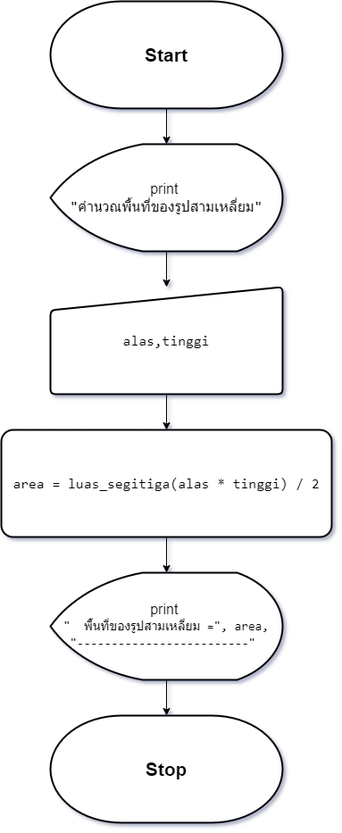
TeaplusSsuwan/Geometric_computation keeps this draw.io diagram as asset/F_png_file/sp_1.drawio.png. Above is the earlier version. Source tidied: cells renumbered, new cells last; positions are measured from the earlier drawing's top-left corner, leaving out a move shared by most shapes. The source it was exported from:
```xml
<mxGraphModel>
  <root>
    <mxCell id="0" />
    <mxCell id="1" parent="0" />
    <mxCell id="2" value="&lt;font style=&quot;font-size: 21px;&quot;&gt;&lt;b&gt;Start&lt;/b&gt;&lt;/font&gt;" style="strokeWidth=2;html=1;shape=mxgraph.flowchart.terminator;whiteSpace=wrap;" parent="1" vertex="1">
      <mxGeometry x="55" width="260" height="120" as="geometry" />
    </mxCell>
    <mxCell id="3" style="edgeStyle=orthogonalEdgeStyle;rounded=0;jettySize=auto;html=1;entryX=0.5;entryY=0;entryDx=0;entryDy=0;" parent="1" edge="1" source="4" target="7">
      <mxGeometry relative="1" as="geometry" />
    </mxCell>
    <mxCell id="4" value="&lt;font style=&quot;font-size: 16px;&quot;&gt;print&amp;nbsp;&lt;/font&gt;&lt;div&gt;&lt;span style=&quot;font-family: Consolas, &amp;quot;Courier New&amp;quot;, monospace; white-space: pre;&quot;&gt;&lt;font style=&quot;font-size: 16px;&quot;&gt;&quot;คำนวณพื้นที่ของรูปสามเหลี่ยม&quot;&lt;/font&gt;&lt;/span&gt;&lt;/div&gt;" style="strokeWidth=2;html=1;shape=mxgraph.flowchart.display;whiteSpace=wrap;" parent="1" vertex="1">
      <mxGeometry x="55" y="160" width="260" height="120" as="geometry" />
    </mxCell>
    <mxCell id="5" style="edgeStyle=orthogonalEdgeStyle;rounded=0;jettySize=auto;html=1;entryX=0.5;entryY=0;entryDx=0;entryDy=0;entryPerimeter=0;" parent="1" edge="1" source="2" target="4">
      <mxGeometry relative="1" as="geometry" />
    </mxCell>
    <mxCell id="6" style="edgeStyle=orthogonalEdgeStyle;rounded=0;jettySize=auto;html=1;" parent="1" edge="1" source="7" target="9">
      <mxGeometry relative="1" as="geometry" />
    </mxCell>
    <mxCell id="7" value="&lt;font style=&quot;font-size: 16px;&quot;&gt;&lt;br&gt;&lt;/font&gt;&lt;div style=&quot;font-family: Consolas, &amp;quot;Courier New&amp;quot;, monospace; font-weight: normal; line-height: 19px; white-space: pre; font-size: 16px;&quot;&gt;&lt;div style=&quot;&quot;&gt;&lt;font style=&quot;font-size: 16px;&quot;&gt;alas,tinggi&lt;/font&gt;&lt;/div&gt;&lt;/div&gt;&lt;div style=&quot;font-size: 16px;&quot;&gt;&lt;br&gt;&lt;/div&gt;" style="html=1;strokeWidth=2;shape=manualInput;whiteSpace=wrap;rounded=1;size=26;arcSize=11;" parent="1" vertex="1">
      <mxGeometry x="55" y="320" width="260" height="120" as="geometry" />
    </mxCell>
    <mxCell id="8" style="edgeStyle=orthogonalEdgeStyle;rounded=0;jettySize=auto;html=1;" parent="1" edge="1" source="9" target="11">
      <mxGeometry relative="1" as="geometry" />
    </mxCell>
    <mxCell id="9" value="&lt;div style=&quot;font-family: Consolas, &amp;quot;Courier New&amp;quot;, monospace; font-size: 16px; line-height: 19px; white-space: pre;&quot;&gt;&lt;span style=&quot;background-color: rgb(255, 255, 255);&quot;&gt;area = luas_segitiga(alas * tinggi) / 2&lt;/span&gt;&lt;/div&gt;" style="rounded=1;whiteSpace=wrap;html=1;strokeWidth=2;arcSize=11;" parent="1" vertex="1">
      <mxGeometry y="480" width="370" height="120" as="geometry" />
    </mxCell>
    <mxCell id="10" style="edgeStyle=orthogonalEdgeStyle;rounded=0;jettySize=auto;html=1;" parent="1" edge="1" source="11" target="12">
      <mxGeometry relative="1" as="geometry" />
    </mxCell>
    <mxCell id="11" value="&lt;font style=&quot;font-size: 16px;&quot;&gt;print&amp;nbsp;&lt;/font&gt;&lt;div&gt;&lt;div style=&quot;font-family: Consolas, &amp;quot;Courier New&amp;quot;, monospace; font-size: 14px; line-height: 19px; white-space: pre;&quot;&gt;&quot; &amp;nbsp;พื้นที่ของรูปสามเหลี่ยม =&quot;, area,&lt;/div&gt;&lt;div style=&quot;font-family: Consolas, &amp;quot;Courier New&amp;quot;, monospace; font-size: 14px; line-height: 19px; white-space: pre;&quot;&gt;&quot;-------------------------&quot; &lt;/div&gt;&lt;/div&gt;" style="strokeWidth=2;html=1;shape=mxgraph.flowchart.display;whiteSpace=wrap;" parent="1" vertex="1">
      <mxGeometry x="55" y="640" width="260" height="120" as="geometry" />
    </mxCell>
    <mxCell id="12" value="&lt;font style=&quot;font-size: 21px;&quot;&gt;&lt;b&gt;Stop&lt;/b&gt;&lt;/font&gt;" style="strokeWidth=2;html=1;shape=mxgraph.flowchart.terminator;whiteSpace=wrap;" parent="1" vertex="1">
      <mxGeometry x="55" y="800" width="260" height="120" as="geometry" />
    </mxCell>
  </root>
</mxGraphModel>
```
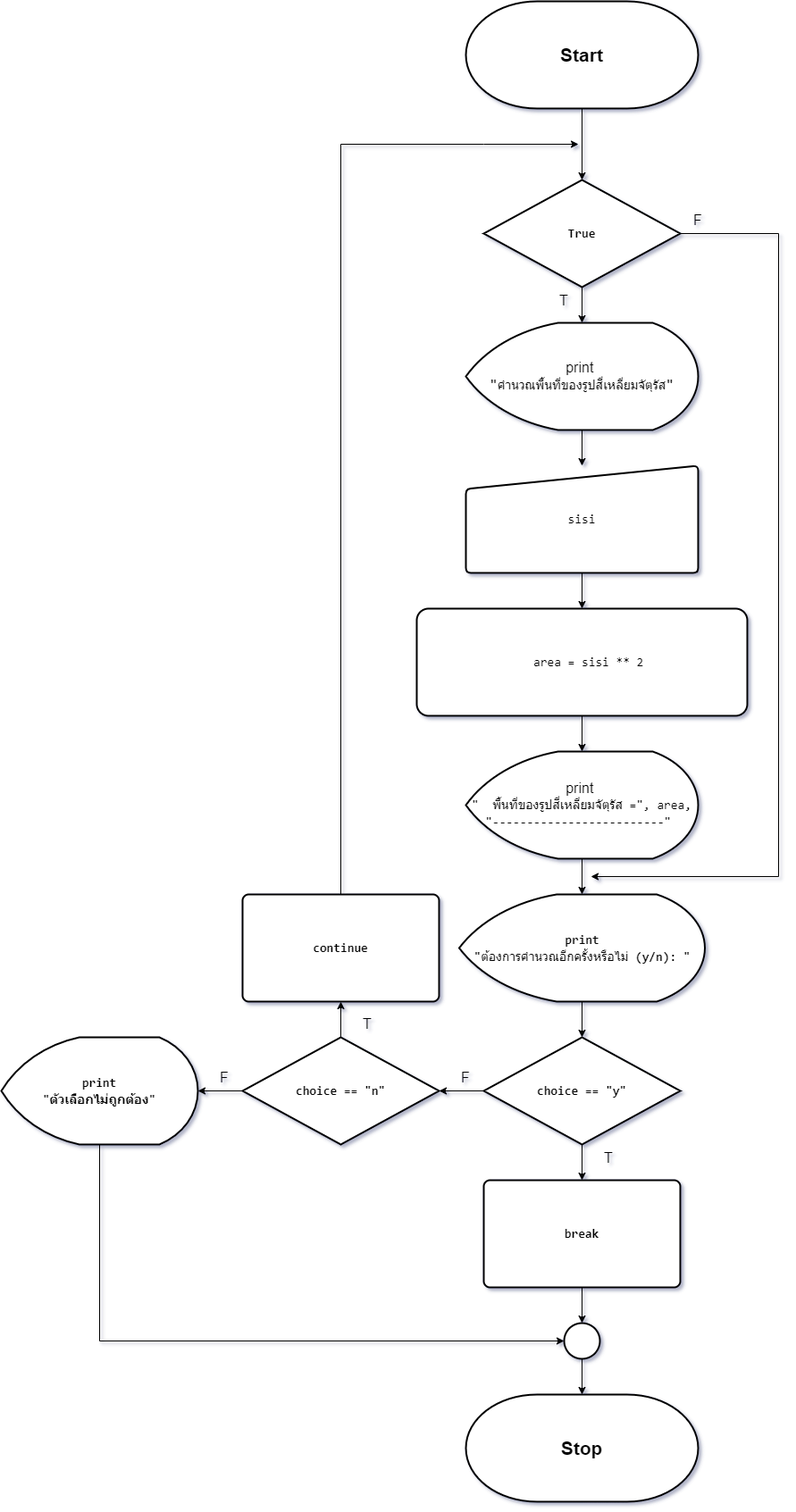
After the change.

What changed in the source:
```diff
@@ -2,38 +2,129 @@
   <root>
     <mxCell id="0" />
     <mxCell id="1" parent="0" />
+    <mxCell id="13" style="edgeStyle=orthogonalEdgeStyle;rounded=0;jettySize=auto;html=1;exitX=0.5;exitY=1;exitDx=0;exitDy=0;exitPerimeter=0;" parent="1" edge="1" source="2" target="17">
+      <mxGeometry relative="1" as="geometry" />
+    </mxCell>
     <mxCell id="2" value="&lt;font style=&quot;font-size: 21px;&quot;&gt;&lt;b&gt;Start&lt;/b&gt;&lt;/font&gt;" style="strokeWidth=2;html=1;shape=mxgraph.flowchart.terminator;whiteSpace=wrap;" parent="1" vertex="1">
-      <mxGeometry x="55" width="260" height="120" as="geometry" />
+      <mxGeometry x="55" y="-200" width="260" height="120" as="geometry" />
     </mxCell>
     <mxCell id="3" style="edgeStyle=orthogonalEdgeStyle;rounded=0;jettySize=auto;html=1;entryX=0.5;entryY=0;entryDx=0;entryDy=0;" parent="1" edge="1" source="4" target="7">
       <mxGeometry relative="1" as="geometry" />
     </mxCell>
-    <mxCell id="4" value="&lt;font style=&quot;font-size: 16px;&quot;&gt;print&amp;nbsp;&lt;/font&gt;&lt;div&gt;&lt;span style=&quot;font-family: Consolas, &amp;quot;Courier New&amp;quot;, monospace; white-space: pre;&quot;&gt;&lt;font style=&quot;font-size: 16px;&quot;&gt;&quot;คำนวณพื้นที่ของรูปสามเหลี่ยม&quot;&lt;/font&gt;&lt;/span&gt;&lt;/div&gt;" style="strokeWidth=2;html=1;shape=mxgraph.flowchart.display;whiteSpace=wrap;" parent="1" vertex="1">
+    <mxCell id="4" value="&lt;font style=&quot;font-size: 16px;&quot;&gt;print&amp;nbsp;&lt;/font&gt;&lt;div&gt;&lt;span style=&quot;font-family: Consolas, &amp;quot;Courier New&amp;quot;, monospace; white-space: pre;&quot;&gt;&lt;font style=&quot;font-size: 16px;&quot;&gt;&quot;&lt;/font&gt;&lt;/span&gt;&lt;span style=&quot;font-family: Consolas, &amp;quot;Courier New&amp;quot;, monospace; font-size: 14px; white-space: pre;&quot;&gt;คำนวณพื้นที่ของรูปสี่เหลี่ยมจัตุรัส&lt;/span&gt;&lt;span style=&quot;font-size: 16px; font-family: Consolas, &amp;quot;Courier New&amp;quot;, monospace; white-space: pre;&quot;&gt;&quot;&lt;/span&gt;&lt;br&gt;&lt;/div&gt;" style="strokeWidth=2;html=1;shape=mxgraph.flowchart.display;whiteSpace=wrap;" parent="1" vertex="1">
       <mxGeometry x="55" y="160" width="260" height="120" as="geometry" />
     </mxCell>
-    <mxCell id="5" style="edgeStyle=orthogonalEdgeStyle;rounded=0;jettySize=auto;html=1;entryX=0.5;entryY=0;entryDx=0;entryDy=0;entryPerimeter=0;" parent="1" edge="1" source="2" target="4">
-      <mxGeometry relative="1" as="geometry" />
-    </mxCell>
     <mxCell id="6" style="edgeStyle=orthogonalEdgeStyle;rounded=0;jettySize=auto;html=1;" parent="1" edge="1" source="7" target="9">
       <mxGeometry relative="1" as="geometry" />
     </mxCell>
-    <mxCell id="7" value="&lt;font style=&quot;font-size: 16px;&quot;&gt;&lt;br&gt;&lt;/font&gt;&lt;div style=&quot;font-family: Consolas, &amp;quot;Courier New&amp;quot;, monospace; font-weight: normal; line-height: 19px; white-space: pre; font-size: 16px;&quot;&gt;&lt;div style=&quot;&quot;&gt;&lt;font style=&quot;font-size: 16px;&quot;&gt;alas,tinggi&lt;/font&gt;&lt;/div&gt;&lt;/div&gt;&lt;div style=&quot;font-size: 16px;&quot;&gt;&lt;br&gt;&lt;/div&gt;" style="html=1;strokeWidth=2;shape=manualInput;whiteSpace=wrap;rounded=1;size=26;arcSize=11;" parent="1" vertex="1">
+    <mxCell id="7" value="&lt;div style=&quot;font-size: 16px;&quot;&gt;&lt;div style=&quot;font-family: Consolas, &amp;quot;Courier New&amp;quot;, monospace; font-size: 14px; line-height: 19px; white-space: pre;&quot;&gt;sisi&lt;/div&gt;&lt;/div&gt;" style="html=1;strokeWidth=2;shape=manualInput;whiteSpace=wrap;rounded=1;size=26;arcSize=11;" parent="1" vertex="1">
       <mxGeometry x="55" y="320" width="260" height="120" as="geometry" />
     </mxCell>
     <mxCell id="8" style="edgeStyle=orthogonalEdgeStyle;rounded=0;jettySize=auto;html=1;" parent="1" edge="1" source="9" target="11">
       <mxGeometry relative="1" as="geometry" />
     </mxCell>
-    <mxCell id="9" value="&lt;div style=&quot;font-family: Consolas, &amp;quot;Courier New&amp;quot;, monospace; font-size: 16px; line-height: 19px; white-space: pre;&quot;&gt;&lt;span style=&quot;background-color: rgb(255, 255, 255);&quot;&gt;area = luas_segitiga(alas * tinggi) / 2&lt;/span&gt;&lt;/div&gt;" style="rounded=1;whiteSpace=wrap;html=1;strokeWidth=2;arcSize=11;" parent="1" vertex="1">
+    <mxCell id="9" value="&lt;div style=&quot;font-family: Consolas, &amp;quot;Courier New&amp;quot;, monospace; font-size: 16px; line-height: 19px; white-space: pre;&quot;&gt;&lt;div style=&quot;font-size: 14px; line-height: 19px;&quot;&gt;&lt;div style=&quot;&quot;&gt;&amp;nbsp; area = sisi ** 2&lt;/div&gt;&lt;/div&gt;&lt;/div&gt;" style="rounded=1;whiteSpace=wrap;html=1;strokeWidth=2;arcSize=11;" parent="1" vertex="1">
       <mxGeometry y="480" width="370" height="120" as="geometry" />
     </mxCell>
-    <mxCell id="10" style="edgeStyle=orthogonalEdgeStyle;rounded=0;jettySize=auto;html=1;" parent="1" edge="1" source="11" target="12">
-      <mxGeometry relative="1" as="geometry" />
-    </mxCell>
+    <mxCell id="14" style="edgeStyle=orthogonalEdgeStyle;rounded=0;jettySize=auto;html=1;" parent="1" edge="1" source="11" target="19">
+      <mxGeometry relative="1" as="geometry" />
+    </mxCell>
-    <mxCell id="11" value="&lt;font style=&quot;font-size: 16px;&quot;&gt;print&amp;nbsp;&lt;/font&gt;&lt;div&gt;&lt;div style=&quot;font-family: Consolas, &amp;quot;Courier New&amp;quot;, monospace; font-size: 14px; line-height: 19px; white-space: pre;&quot;&gt;&quot; &amp;nbsp;พื้นที่ของรูปสามเหลี่ยม =&quot;, area,&lt;/div&gt;&lt;div style=&quot;font-family: Consolas, &amp;quot;Courier New&amp;quot;, monospace; font-size: 14px; line-height: 19px; white-space: pre;&quot;&gt;&quot;-------------------------&quot; &lt;/div&gt;&lt;/div&gt;" style="strokeWidth=2;html=1;shape=mxgraph.flowchart.display;whiteSpace=wrap;" parent="1" vertex="1">
+    <mxCell id="11" value="&lt;font style=&quot;font-size: 16px;&quot;&gt;print&amp;nbsp;&lt;/font&gt;&lt;div&gt;&lt;div style=&quot;font-family: Consolas, &amp;quot;Courier New&amp;quot;, monospace; font-size: 14px; line-height: 19px; white-space: pre;&quot;&gt;&quot; &amp;nbsp;พื้นที่ของรูปสี่เหลี่ยมจัตุรัส =&quot;, area,&lt;br&gt;&lt;/div&gt;&lt;div style=&quot;font-family: Consolas, &amp;quot;Courier New&amp;quot;, monospace; font-size: 14px; line-height: 19px; white-space: pre;&quot;&gt;&quot;-------------------------&quot; &lt;/div&gt;&lt;/div&gt;" style="strokeWidth=2;html=1;shape=mxgraph.flowchart.display;whiteSpace=wrap;" parent="1" vertex="1">
       <mxGeometry x="55" y="640" width="260" height="120" as="geometry" />
     </mxCell>
     <mxCell id="12" value="&lt;font style=&quot;font-size: 21px;&quot;&gt;&lt;b&gt;Stop&lt;/b&gt;&lt;/font&gt;" style="strokeWidth=2;html=1;shape=mxgraph.flowchart.terminator;whiteSpace=wrap;" parent="1" vertex="1">
-      <mxGeometry x="55" y="800" width="260" height="120" as="geometry" />
+      <mxGeometry x="55" y="1360" width="260" height="120" as="geometry" />
     </mxCell>
+    <mxCell id="15" style="edgeStyle=orthogonalEdgeStyle;rounded=0;jettySize=auto;html=1;" parent="1" edge="1" source="17" target="4">
+      <mxGeometry relative="1" as="geometry" />
+    </mxCell>
+    <mxCell id="16" style="edgeStyle=orthogonalEdgeStyle;rounded=0;jettySize=auto;html=1;" parent="1" edge="1" source="17">
+      <mxGeometry relative="1" as="geometry">
+        <mxPoint x="195" y="780" as="targetPoint" />
+        <Array as="points">
+          <mxPoint x="405" y="60" />
+          <mxPoint x="405" y="780" />
+        </Array>
+      </mxGeometry>
+    </mxCell>
+    <mxCell id="17" value="&lt;div style=&quot;font-family: Consolas, &amp;quot;Courier New&amp;quot;, monospace; font-size: 14px; line-height: 19px; white-space: pre;&quot;&gt;&lt;span style=&quot;font-size: 14px;&quot;&gt;True&lt;/span&gt;&lt;/div&gt;" style="rhombus;whiteSpace=wrap;html=1;strokeWidth=2;labelBackgroundColor=none;fontColor=default;fontSize=14;fontStyle=1;" parent="1" vertex="1">
+      <mxGeometry x="75" width="220" height="120" as="geometry" />
+    </mxCell>
+    <mxCell id="18" style="edgeStyle=orthogonalEdgeStyle;rounded=0;jettySize=auto;html=1;labelBackgroundColor=none;fontColor=default;fontSize=14;fontStyle=1;" parent="1" edge="1" source="19" target="22">
+      <mxGeometry relative="1" as="geometry" />
+    </mxCell>
+    <mxCell id="19" value="&lt;div style=&quot;font-family: Consolas, &amp;quot;Courier New&amp;quot;, monospace; font-size: 14px; line-height: 19px; white-space: pre;&quot;&gt;&lt;div style=&quot;line-height: 19px; font-size: 14px;&quot;&gt;&lt;span style=&quot;font-size: 14px;&quot;&gt;print&lt;/span&gt;&lt;/div&gt;&lt;/div&gt;&lt;div style=&quot;font-family: Consolas, &amp;quot;Courier New&amp;quot;, monospace; font-size: 14px; line-height: 19px; white-space: pre;&quot;&gt;&lt;div style=&quot;line-height: 19px; font-size: 14px;&quot;&gt;&lt;span style=&quot;font-size: 14px;&quot;&gt;&quot;&lt;/span&gt;&lt;span style=&quot;font-weight: normal;&quot;&gt;ต้องการคำนวณอีกครั้งหรือไม่&lt;/span&gt;&lt;span style=&quot;background-color: initial;&quot;&gt; (y/n): &quot;&lt;/span&gt;&lt;br&gt;&lt;/div&gt;&lt;/div&gt;" style="strokeWidth=2;html=1;shape=mxgraph.flowchart.display;whiteSpace=wrap;labelBackgroundColor=none;fontColor=default;fontSize=14;fontStyle=1;" parent="1" vertex="1">
+      <mxGeometry x="47.5" y="800" width="275" height="120" as="geometry" />
+    </mxCell>
+    <mxCell id="20" style="edgeStyle=orthogonalEdgeStyle;rounded=0;jettySize=auto;html=1;labelBackgroundColor=none;fontColor=default;fontSize=14;fontStyle=1;" parent="1" edge="1" source="22" target="25">
+      <mxGeometry relative="1" as="geometry" />
+    </mxCell>
+    <mxCell id="21" style="edgeStyle=orthogonalEdgeStyle;rounded=0;jettySize=auto;html=1;labelBackgroundColor=none;fontColor=default;fontSize=14;fontStyle=1;" parent="1" edge="1" source="22" target="29">
+      <mxGeometry relative="1" as="geometry" />
+    </mxCell>
+    <mxCell id="22" value="&lt;div style=&quot;font-family: Consolas, &amp;quot;Courier New&amp;quot;, monospace; font-size: 14px; line-height: 19px; white-space: pre;&quot;&gt;&lt;span style=&quot;font-size: 14px;&quot;&gt;choice &lt;/span&gt;== &lt;span style=&quot;font-size: 14px;&quot;&gt;&quot;y&quot;&lt;/span&gt;&lt;/div&gt;" style="rhombus;whiteSpace=wrap;html=1;strokeWidth=2;labelBackgroundColor=none;fontColor=default;fontSize=14;fontStyle=1;" parent="1" vertex="1">
+      <mxGeometry x="75" y="960" width="220" height="120" as="geometry" />
+    </mxCell>
+    <mxCell id="23" style="edgeStyle=orthogonalEdgeStyle;rounded=0;jettySize=auto;html=1;labelBackgroundColor=none;fontColor=default;fontSize=14;fontStyle=1;" parent="1" edge="1" source="25" target="27">
+      <mxGeometry relative="1" as="geometry" />
+    </mxCell>
+    <mxCell id="24" style="edgeStyle=orthogonalEdgeStyle;rounded=0;jettySize=auto;html=1;labelBackgroundColor=none;fontColor=default;fontSize=14;fontStyle=1;" parent="1" edge="1" source="25" target="31">
+      <mxGeometry relative="1" as="geometry" />
+    </mxCell>
+    <mxCell id="25" value="&lt;div style=&quot;font-family: Consolas, &amp;quot;Courier New&amp;quot;, monospace; font-size: 14px; line-height: 19px; white-space: pre;&quot;&gt;&lt;span style=&quot;font-size: 14px;&quot;&gt;choice &lt;/span&gt;== &lt;span style=&quot;font-size: 14px;&quot;&gt;&quot;&lt;/span&gt;&lt;span style=&quot;font-size: 14px;&quot;&gt;n&lt;/span&gt;&lt;span style=&quot;font-size: 14px;&quot;&gt;&quot;&lt;/span&gt;&lt;br style=&quot;font-size: 14px;&quot;&gt;&lt;/div&gt;" style="rhombus;whiteSpace=wrap;html=1;strokeWidth=2;labelBackgroundColor=none;fontColor=default;fontSize=14;fontStyle=1;" parent="1" vertex="1">
+      <mxGeometry x="-195" y="960" width="220" height="120" as="geometry" />
+    </mxCell>
+    <mxCell id="26" style="edgeStyle=orthogonalEdgeStyle;rounded=0;jettySize=auto;html=1;entryX=0;entryY=0.5;entryDx=0;entryDy=0;" parent="1" edge="1" source="27" target="37">
+      <mxGeometry relative="1" as="geometry">
+        <Array as="points">
+          <mxPoint x="-355" y="1300" />
+        </Array>
+      </mxGeometry>
+    </mxCell>
+    <mxCell id="27" value="&lt;div style=&quot;font-family: Consolas, &amp;quot;Courier New&amp;quot;, monospace; font-size: 14px; line-height: 19px; white-space: pre;&quot;&gt;&lt;div style=&quot;line-height: 19px; font-size: 14px;&quot;&gt;&lt;span style=&quot;font-size: 14px;&quot;&gt;print&lt;/span&gt;&lt;/div&gt;&lt;/div&gt;&lt;div style=&quot;font-family: Consolas, &amp;quot;Courier New&amp;quot;, monospace; font-size: 14px; line-height: 19px; white-space: pre;&quot;&gt;&lt;span style=&quot;font-size: 14px;&quot;&gt;&quot;&lt;/span&gt;&lt;span style=&quot;font-size: 14px;&quot;&gt;ตัวเลือกไม่ถูกต้อง&lt;/span&gt;&lt;span style=&quot;font-size: 14px;&quot;&gt;&quot;&lt;/span&gt;&lt;br style=&quot;font-size: 14px;&quot;&gt;&lt;/div&gt;" style="strokeWidth=2;html=1;shape=mxgraph.flowchart.display;whiteSpace=wrap;labelBackgroundColor=none;fontColor=default;fontSize=14;fontStyle=1;" parent="1" vertex="1">
+      <mxGeometry x="-465" y="960" width="220" height="120" as="geometry" />
+    </mxCell>
+    <mxCell id="28" style="edgeStyle=orthogonalEdgeStyle;rounded=0;jettySize=auto;html=1;" parent="1" edge="1" source="29" target="37">
+      <mxGeometry relative="1" as="geometry" />
+    </mxCell>
+    <mxCell id="29" value="&lt;div style=&quot;font-family: Consolas, &amp;quot;Courier New&amp;quot;, monospace; font-size: 14px; line-height: 19px; white-space: pre;&quot;&gt;&lt;span style=&quot;font-size: 14px;&quot;&gt;break&lt;/span&gt;&lt;/div&gt;" style="rounded=1;whiteSpace=wrap;html=1;absoluteArcSize=1;arcSize=14;strokeWidth=2;labelBackgroundColor=none;fontColor=default;fontSize=14;fontStyle=1;" parent="1" vertex="1">
+      <mxGeometry x="75" y="1120" width="220" height="120" as="geometry" />
+    </mxCell>
+    <mxCell id="30" style="edgeStyle=orthogonalEdgeStyle;rounded=0;jettySize=auto;html=1;" parent="1" edge="1" source="31">
+      <mxGeometry relative="1" as="geometry">
+        <mxPoint x="181" y="-40" as="targetPoint" />
+        <Array as="points">
+          <mxPoint x="-85" y="-40" />
+          <mxPoint x="75" y="-40" />
+        </Array>
+      </mxGeometry>
+    </mxCell>
+    <mxCell id="31" value="&lt;div style=&quot;font-family: Consolas, &amp;quot;Courier New&amp;quot;, monospace; font-size: 14px; line-height: 19px; white-space: pre;&quot;&gt;&lt;div style=&quot;line-height: 19px; font-size: 14px;&quot;&gt;&lt;span style=&quot;font-size: 14px;&quot;&gt;continue&lt;/span&gt;&lt;/div&gt;&lt;/div&gt;" style="rounded=1;whiteSpace=wrap;html=1;absoluteArcSize=1;arcSize=14;strokeWidth=2;labelBackgroundColor=none;fontColor=default;fontSize=14;fontStyle=1;" parent="1" vertex="1">
+      <mxGeometry x="-195" y="800" width="220" height="120" as="geometry" />
+    </mxCell>
+    <mxCell id="32" value="T" style="text;html=1;align=center;verticalAlign=middle;whiteSpace=wrap;rounded=0;fontSize=16;" parent="1" vertex="1">
+      <mxGeometry x="185" y="1080" width="60" height="30" as="geometry" />
+    </mxCell>
+    <mxCell id="33" value="T" style="text;html=1;align=center;verticalAlign=middle;whiteSpace=wrap;rounded=0;fontSize=16;" parent="1" vertex="1">
+      <mxGeometry x="-85" y="930" width="60" height="30" as="geometry" />
+    </mxCell>
+    <mxCell id="34" value="F" style="text;html=1;align=center;verticalAlign=middle;whiteSpace=wrap;rounded=0;fontSize=16;" parent="1" vertex="1">
+      <mxGeometry x="25" y="990" width="60" height="30" as="geometry" />
+    </mxCell>
+    <mxCell id="35" value="F" style="text;html=1;align=center;verticalAlign=middle;whiteSpace=wrap;rounded=0;fontSize=16;" parent="1" vertex="1">
+      <mxGeometry x="-245" y="990" width="60" height="30" as="geometry" />
+    </mxCell>
+    <mxCell id="36" style="edgeStyle=orthogonalEdgeStyle;rounded=0;jettySize=auto;html=1;" parent="1" edge="1" source="37" target="12">
+      <mxGeometry relative="1" as="geometry" />
+    </mxCell>
+    <mxCell id="37" style="ellipse;whiteSpace=wrap;html=1;strokeWidth=2;labelBackgroundColor=none;fontColor=default;fontSize=14;fontStyle=1;" parent="1" vertex="1">
+      <mxGeometry x="165" y="1280" width="40" height="40" as="geometry" />
+    </mxCell>
+    <mxCell id="38" value="T" style="text;html=1;align=center;verticalAlign=middle;whiteSpace=wrap;rounded=0;fontSize=16;" parent="1" vertex="1">
+      <mxGeometry x="135" y="120" width="60" height="30" as="geometry" />
+    </mxCell>
+    <mxCell id="39" value="F" style="text;html=1;align=center;verticalAlign=middle;whiteSpace=wrap;rounded=0;fontSize=16;" parent="1" vertex="1">
+      <mxGeometry x="285" y="30" width="60" height="30" as="geometry" />
+    </mxCell>
   </root>
 </mxGraphModel>
```
